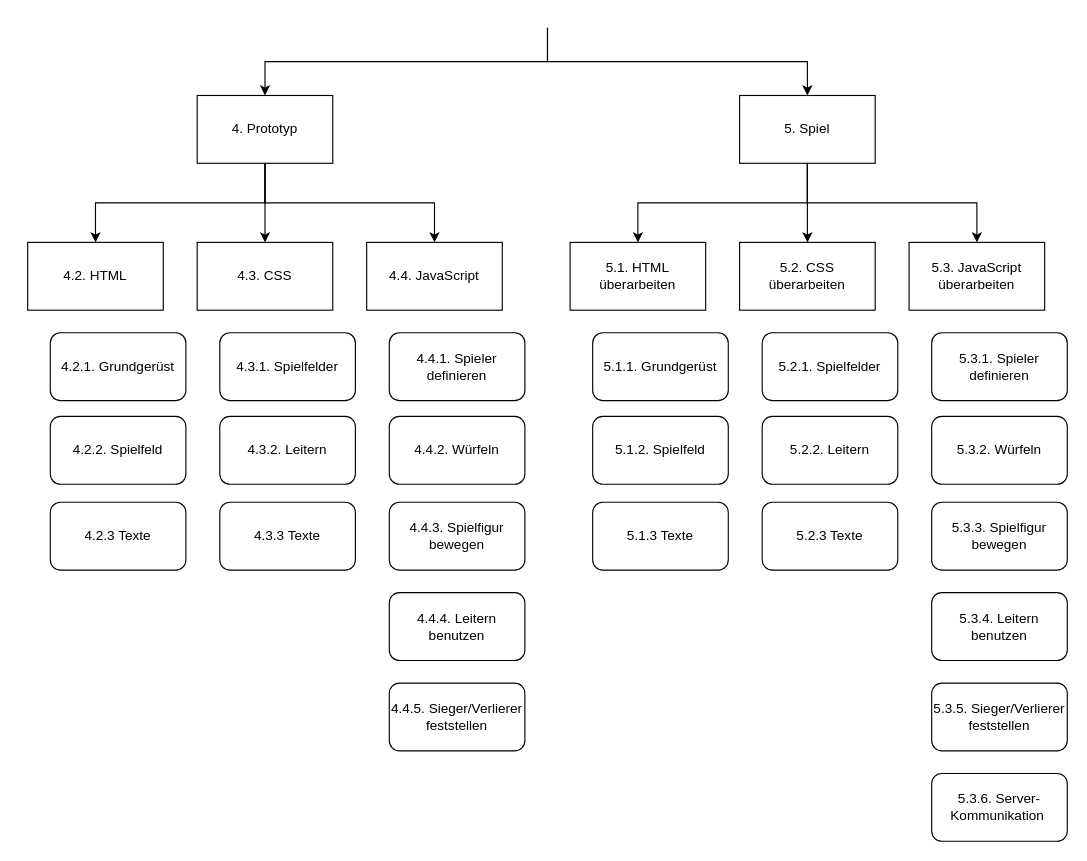
Earlier version of the draw.io diagram documents/PSP_ergaenzung.drawio (anna-staub/leiterlispiel). Source tidied: cells renumbered, new cells numbered last; positions are measured from the earlier drawing's top-left corner, leaving out a move shared by most shapes. Both pictures are drawn from the tidied source at 113%, with x=0, y=0 at pixel (27, 27).
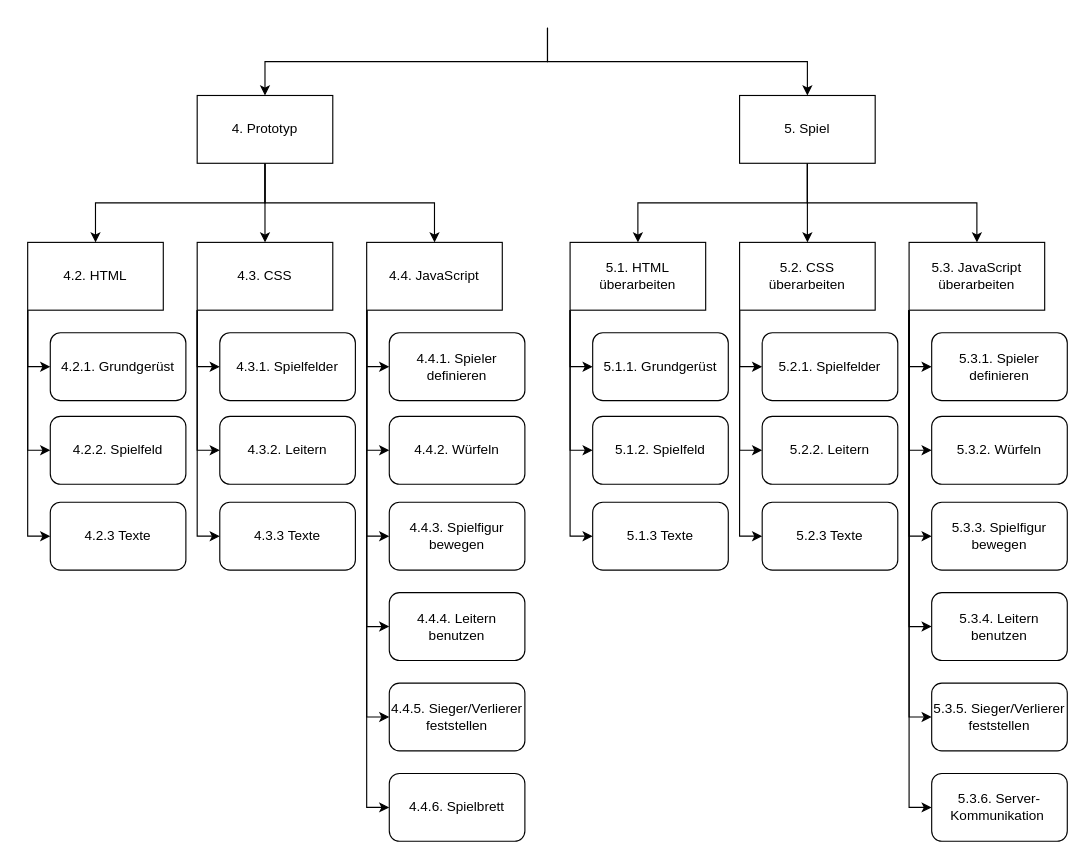
The same diagram, later.

Commit message (it also covers changes not shown here):
update PSP_ergaenzung pdf + draw.io

Unchanged cells that the change refers to:
```xml
<mxCell id="2" value="4.2. HTML" style="rounded=0;whiteSpace=wrap;html=1;" parent="1" vertex="1">
<mxCell id="3" value="4.3. CSS" style="rounded=0;whiteSpace=wrap;html=1;" parent="1" vertex="1">
<mxCell id="4" value="4.4. JavaScript" style="rounded=0;whiteSpace=wrap;html=1;" parent="1" vertex="1">
<mxCell id="5" value="4.2.1. Grundgerüst" style="rounded=1;whiteSpace=wrap;html=1;" parent="1" vertex="1">
<mxCell id="6" value="4.3.1. Spielfelder" style="rounded=1;whiteSpace=wrap;html=1;" parent="1" vertex="1">
<mxCell id="17" value="5.1. HTML überarbeiten" style="rounded=0;whiteSpace=wrap;html=1;" parent="1" vertex="1">
<mxCell id="18" value="5.2. CSS überarbeiten" style="rounded=0;whiteSpace=wrap;html=1;" parent="1" vertex="1">
<mxCell id="19" value="5.3. JavaScript überarbeiten" style="rounded=0;whiteSpace=wrap;html=1;" parent="1" vertex="1">
<mxCell id="20" value="4.2.2. Spielfeld" style="rounded=1;whiteSpace=wrap;html=1;" parent="1" vertex="1">
<mxCell id="21" value="4.2.3 Texte" style="rounded=1;whiteSpace=wrap;html=1;" parent="1" vertex="1">
<mxCell id="22" value="4.3.2. Leitern" style="rounded=1;whiteSpace=wrap;html=1;" parent="1" vertex="1">
<mxCell id="23" value="4.4.1. Spieler definieren" style="rounded=1;whiteSpace=wrap;html=1;" parent="1" vertex="1">
<mxCell id="24" value="4.4.2. Würfeln" style="rounded=1;whiteSpace=wrap;html=1;" parent="1" vertex="1">
<mxCell id="25" value="5.1.1. Grundgerüst" style="rounded=1;whiteSpace=wrap;html=1;" parent="1" vertex="1">
<mxCell id="26" value="5.2.1. Spielfelder" style="rounded=1;whiteSpace=wrap;html=1;" parent="1" vertex="1">
<mxCell id="27" value="4.3.3 Texte" style="rounded=1;whiteSpace=wrap;html=1;" parent="1" vertex="1">
<mxCell id="28" value="4.4.3. Spielfigur bewegen" style="rounded=1;whiteSpace=wrap;html=1;" parent="1" vertex="1">
<mxCell id="29" value="4.4.4. Leitern benutzen" style="rounded=1;whiteSpace=wrap;html=1;" parent="1" vertex="1">
<mxCell id="30" value="5.3.6. Server-Kommunikation&amp;nbsp;" style="rounded=1;whiteSpace=wrap;html=1;" parent="1" vertex="1">
<mxCell id="31" value="4.4.5. Sieger/Verlierer feststellen" style="rounded=1;whiteSpace=wrap;html=1;" parent="1" vertex="1">
<mxCell id="32" value="5.1.2. Spielfeld" style="rounded=1;whiteSpace=wrap;html=1;" parent="1" vertex="1">
<mxCell id="33" value="5.1.3 Texte" style="rounded=1;whiteSpace=wrap;html=1;" parent="1" vertex="1">
<mxCell id="34" value="5.2.2. Leitern" style="rounded=1;whiteSpace=wrap;html=1;" parent="1" vertex="1">
<mxCell id="35" value="5.3.1. Spieler definieren" style="rounded=1;whiteSpace=wrap;html=1;" parent="1" vertex="1">
<mxCell id="36" value="5.3.2. Würfeln" style="rounded=1;whiteSpace=wrap;html=1;" parent="1" vertex="1">
<mxCell id="37" value="5.3.3. Spielfigur bewegen" style="rounded=1;whiteSpace=wrap;html=1;" parent="1" vertex="1">
<mxCell id="38" value="5.3.4. Leitern benutzen" style="rounded=1;whiteSpace=wrap;html=1;" parent="1" vertex="1">
<mxCell id="39" value="5.3.5. Sieger/Verlierer feststellen" style="rounded=1;whiteSpace=wrap;html=1;" parent="1" vertex="1">
<mxCell id="40" value="5.2.3 Texte" style="rounded=1;whiteSpace=wrap;html=1;" parent="1" vertex="1">
```

The edit, as a diff of the source:
```diff
@@
+    <mxCell id="41" style="edgeStyle=orthogonalEdgeStyle;rounded=0;jettySize=auto;html=1;exitX=0;exitY=1;exitDx=0;exitDy=0;entryX=0;entryY=0.5;entryDx=0;entryDy=0;" parent="1" edge="1" source="2" target="5">
+      <mxGeometry relative="1" as="geometry" />
+    </mxCell>
+    <mxCell id="42" style="edgeStyle=orthogonalEdgeStyle;rounded=0;jettySize=auto;html=1;exitX=0;exitY=1;exitDx=0;exitDy=0;entryX=0;entryY=0.5;entryDx=0;entryDy=0;" parent="1" edge="1" source="2" target="20">
+      <mxGeometry relative="1" as="geometry" />
+    </mxCell>
+    <mxCell id="43" style="edgeStyle=orthogonalEdgeStyle;rounded=0;jettySize=auto;html=1;exitX=0;exitY=1;exitDx=0;exitDy=0;entryX=0;entryY=0.5;entryDx=0;entryDy=0;" parent="1" edge="1" source="2" target="21">
+      <mxGeometry relative="1" as="geometry" />
+    </mxCell>
@@
+    <mxCell id="44" style="edgeStyle=orthogonalEdgeStyle;rounded=0;jettySize=auto;html=1;exitX=0;exitY=1;exitDx=0;exitDy=0;entryX=0;entryY=0.5;entryDx=0;entryDy=0;" parent="1" edge="1" source="3" target="6">
+      <mxGeometry relative="1" as="geometry" />
+    </mxCell>
+    <mxCell id="45" style="edgeStyle=orthogonalEdgeStyle;rounded=0;jettySize=auto;html=1;exitX=0;exitY=1;exitDx=0;exitDy=0;entryX=0;entryY=0.5;entryDx=0;entryDy=0;" parent="1" edge="1" source="3" target="22">
+      <mxGeometry relative="1" as="geometry" />
+    </mxCell>
+    <mxCell id="46" style="edgeStyle=orthogonalEdgeStyle;rounded=0;jettySize=auto;html=1;exitX=0;exitY=1;exitDx=0;exitDy=0;entryX=0;entryY=0.5;entryDx=0;entryDy=0;" parent="1" edge="1" source="3" target="27">
+      <mxGeometry relative="1" as="geometry" />
+    </mxCell>
@@
+    <mxCell id="47" style="edgeStyle=orthogonalEdgeStyle;rounded=0;jettySize=auto;html=1;exitX=0;exitY=1;exitDx=0;exitDy=0;entryX=0;entryY=0.5;entryDx=0;entryDy=0;" parent="1" edge="1" source="4" target="23">
+      <mxGeometry relative="1" as="geometry" />
+    </mxCell>
+    <mxCell id="48" style="edgeStyle=orthogonalEdgeStyle;rounded=0;jettySize=auto;html=1;exitX=0;exitY=1;exitDx=0;exitDy=0;entryX=0;entryY=0.5;entryDx=0;entryDy=0;" parent="1" edge="1" source="4" target="24">
+      <mxGeometry relative="1" as="geometry" />
+    </mxCell>
+    <mxCell id="49" style="edgeStyle=orthogonalEdgeStyle;rounded=0;jettySize=auto;html=1;exitX=0;exitY=1;exitDx=0;exitDy=0;entryX=0;entryY=0.5;entryDx=0;entryDy=0;" parent="1" edge="1" source="4" target="28">
+      <mxGeometry relative="1" as="geometry" />
+    </mxCell>
+    <mxCell id="50" style="edgeStyle=orthogonalEdgeStyle;rounded=0;jettySize=auto;html=1;exitX=0;exitY=1;exitDx=0;exitDy=0;entryX=0;entryY=0.5;entryDx=0;entryDy=0;" parent="1" edge="1" source="4" target="29">
+      <mxGeometry relative="1" as="geometry" />
+    </mxCell>
+    <mxCell id="51" style="edgeStyle=orthogonalEdgeStyle;rounded=0;jettySize=auto;html=1;exitX=0;exitY=1;exitDx=0;exitDy=0;entryX=0;entryY=0.5;entryDx=0;entryDy=0;" parent="1" edge="1" source="4" target="31">
+      <mxGeometry relative="1" as="geometry" />
+    </mxCell>
+    <mxCell id="52" style="edgeStyle=orthogonalEdgeStyle;rounded=0;jettySize=auto;html=1;exitX=0;exitY=1;exitDx=0;exitDy=0;entryX=0;entryY=0.5;entryDx=0;entryDy=0;" parent="1" edge="1" source="4" target="65">
+      <mxGeometry relative="1" as="geometry" />
+    </mxCell>
@@
+    <mxCell id="53" style="edgeStyle=orthogonalEdgeStyle;rounded=0;jettySize=auto;html=1;exitX=0;exitY=1;exitDx=0;exitDy=0;entryX=0;entryY=0.5;entryDx=0;entryDy=0;" parent="1" edge="1" source="17" target="25">
+      <mxGeometry relative="1" as="geometry" />
+    </mxCell>
+    <mxCell id="54" style="edgeStyle=orthogonalEdgeStyle;rounded=0;jettySize=auto;html=1;exitX=0;exitY=1;exitDx=0;exitDy=0;entryX=0;entryY=0.5;entryDx=0;entryDy=0;" parent="1" edge="1" source="17" target="32">
+      <mxGeometry relative="1" as="geometry" />
+    </mxCell>
+    <mxCell id="55" style="edgeStyle=orthogonalEdgeStyle;rounded=0;jettySize=auto;html=1;exitX=0;exitY=1;exitDx=0;exitDy=0;entryX=0;entryY=0.5;entryDx=0;entryDy=0;" parent="1" edge="1" source="17" target="33">
+      <mxGeometry relative="1" as="geometry" />
+    </mxCell>
@@
+    <mxCell id="56" style="edgeStyle=orthogonalEdgeStyle;rounded=0;jettySize=auto;html=1;exitX=0;exitY=1;exitDx=0;exitDy=0;entryX=0;entryY=0.5;entryDx=0;entryDy=0;" parent="1" edge="1" source="18" target="26">
+      <mxGeometry relative="1" as="geometry" />
+    </mxCell>
+    <mxCell id="57" style="edgeStyle=orthogonalEdgeStyle;rounded=0;jettySize=auto;html=1;exitX=0;exitY=1;exitDx=0;exitDy=0;entryX=0;entryY=0.5;entryDx=0;entryDy=0;" parent="1" edge="1" source="18" target="34">
+      <mxGeometry relative="1" as="geometry" />
+    </mxCell>
+    <mxCell id="58" style="edgeStyle=orthogonalEdgeStyle;rounded=0;jettySize=auto;html=1;exitX=0;exitY=1;exitDx=0;exitDy=0;entryX=0;entryY=0.5;entryDx=0;entryDy=0;" parent="1" edge="1" source="18" target="40">
+      <mxGeometry relative="1" as="geometry" />
+    </mxCell>
@@
+    <mxCell id="59" style="edgeStyle=orthogonalEdgeStyle;rounded=0;jettySize=auto;html=1;exitX=0;exitY=1;exitDx=0;exitDy=0;entryX=0;entryY=0.5;entryDx=0;entryDy=0;" parent="1" edge="1" source="19" target="35">
+      <mxGeometry relative="1" as="geometry" />
+    </mxCell>
+    <mxCell id="60" style="edgeStyle=orthogonalEdgeStyle;rounded=0;jettySize=auto;html=1;exitX=0;exitY=1;exitDx=0;exitDy=0;entryX=0;entryY=0.5;entryDx=0;entryDy=0;" parent="1" edge="1" source="19" target="36">
+      <mxGeometry relative="1" as="geometry" />
+    </mxCell>
+    <mxCell id="61" style="edgeStyle=orthogonalEdgeStyle;rounded=0;jettySize=auto;html=1;exitX=0;exitY=1;exitDx=0;exitDy=0;entryX=0;entryY=0.5;entryDx=0;entryDy=0;" parent="1" edge="1" source="19" target="37">
+      <mxGeometry relative="1" as="geometry" />
+    </mxCell>
+    <mxCell id="62" style="edgeStyle=orthogonalEdgeStyle;rounded=0;jettySize=auto;html=1;exitX=0;exitY=1;exitDx=0;exitDy=0;entryX=0;entryY=0.5;entryDx=0;entryDy=0;" parent="1" edge="1" source="19" target="38">
+      <mxGeometry relative="1" as="geometry" />
+    </mxCell>
+    <mxCell id="63" style="edgeStyle=orthogonalEdgeStyle;rounded=0;jettySize=auto;html=1;exitX=0;exitY=1;exitDx=0;exitDy=0;entryX=0;entryY=0.5;entryDx=0;entryDy=0;" parent="1" edge="1" source="19" target="39">
+      <mxGeometry relative="1" as="geometry" />
+    </mxCell>
+    <mxCell id="64" style="edgeStyle=orthogonalEdgeStyle;rounded=0;jettySize=auto;html=1;exitX=0;exitY=1;exitDx=0;exitDy=0;entryX=0;entryY=0.5;entryDx=0;entryDy=0;" parent="1" edge="1" source="19" target="30">
+      <mxGeometry relative="1" as="geometry" />
+    </mxCell>
@@
+    <mxCell id="65" value="4.4.6. Spielbrett" style="rounded=1;whiteSpace=wrap;html=1;" parent="1" vertex="1">
+      <mxGeometry x="320" y="660" width="120" height="60" as="geometry" />
+    </mxCell>
```
